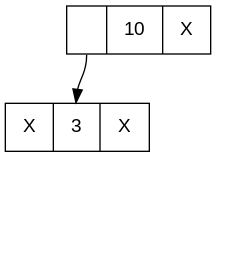
The Graphviz diagram diagram.png in radwanCS/Data-Structure-Visualization-with-Graphviz, before a commit. Its source is kept beside it as diagram.dot.
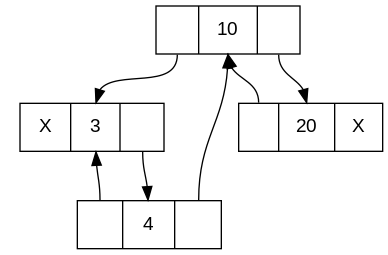
Later version of the same file.

Change to the diagram source:
```diff
@@ -1,12 +1,18 @@
 digraph LTBT{
 	node [fontname="Arial", shape=record, height=0.5, width=1.5];
-	10 [label="<left> |<data> 10 |<right> X"];
-	3 [label="<left> X|<data> 3 |<right> X"];
+	10 [label="<left> |<data> 10 |<right> "];
+	3 [label="<left> X|<data> 3 |<right> "];
+	20 [label="<left> |<data> 20 |<right> X"];
+	4 [label="<left> |<data> 4 |<right> "];
+	10 [label="<left> |<data> 10 |<right> "];
+	NULL1 [shape=point style=invis];
+	3:left -> NULL1 [style=invis];
+	3:right -> 4:data;
+	4:left -> 3:data;
+	4:right -> 10:data;
 	10:left -> 3:data;
-	NULL1 [shape=point style=invis];
-	10:right -> NULL1 [style=invis];
+	10:right -> 20:data;
+	20:left -> 10:data;
 	NULL2 [shape=point style=invis];
-	3:left -> NULL2 [style=invis];
-	NULL3 [shape=point style=invis];
-	3:right -> NULL3 [style=invis];
+	20:right -> NULL2 [style=invis];
 }
```
